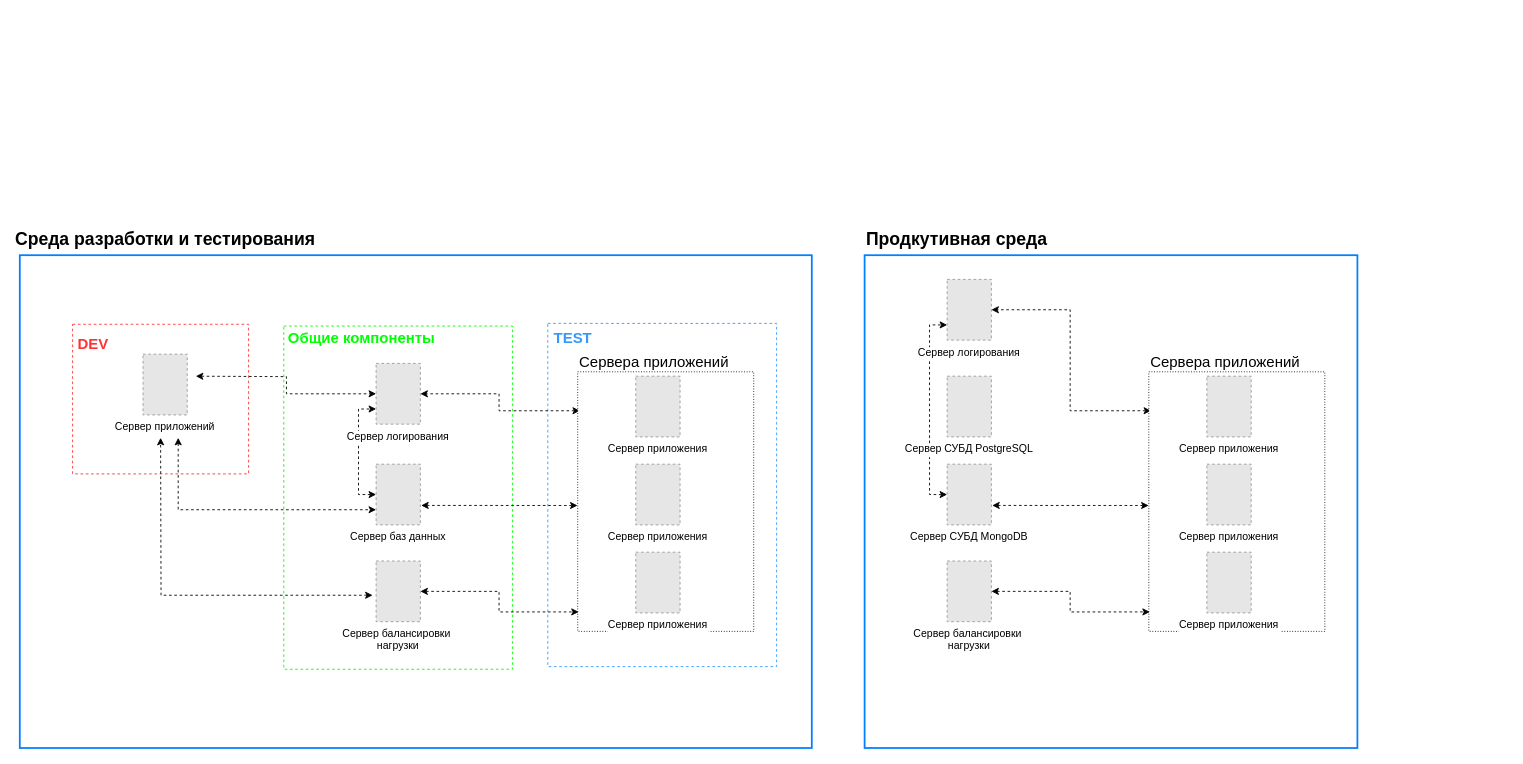
SamRozhkov/DocTrix keeps this draw.io diagram as page "Копия Среда разработки/среда тестирования" (2 of 3) of Диаграмма без названия.drawio. Above is the earlier version. Source tidied: cells renumbered, new cells numbered last; positions are measured from the earlier drawing's top-left corner, leaving out a move shared by most shapes. Both pictures are drawn from the tidied source at 88%, with x=0, y=0 at pixel (19, 219). Pictures stored in the file or linked from it are replaced by grey dashed boxes.
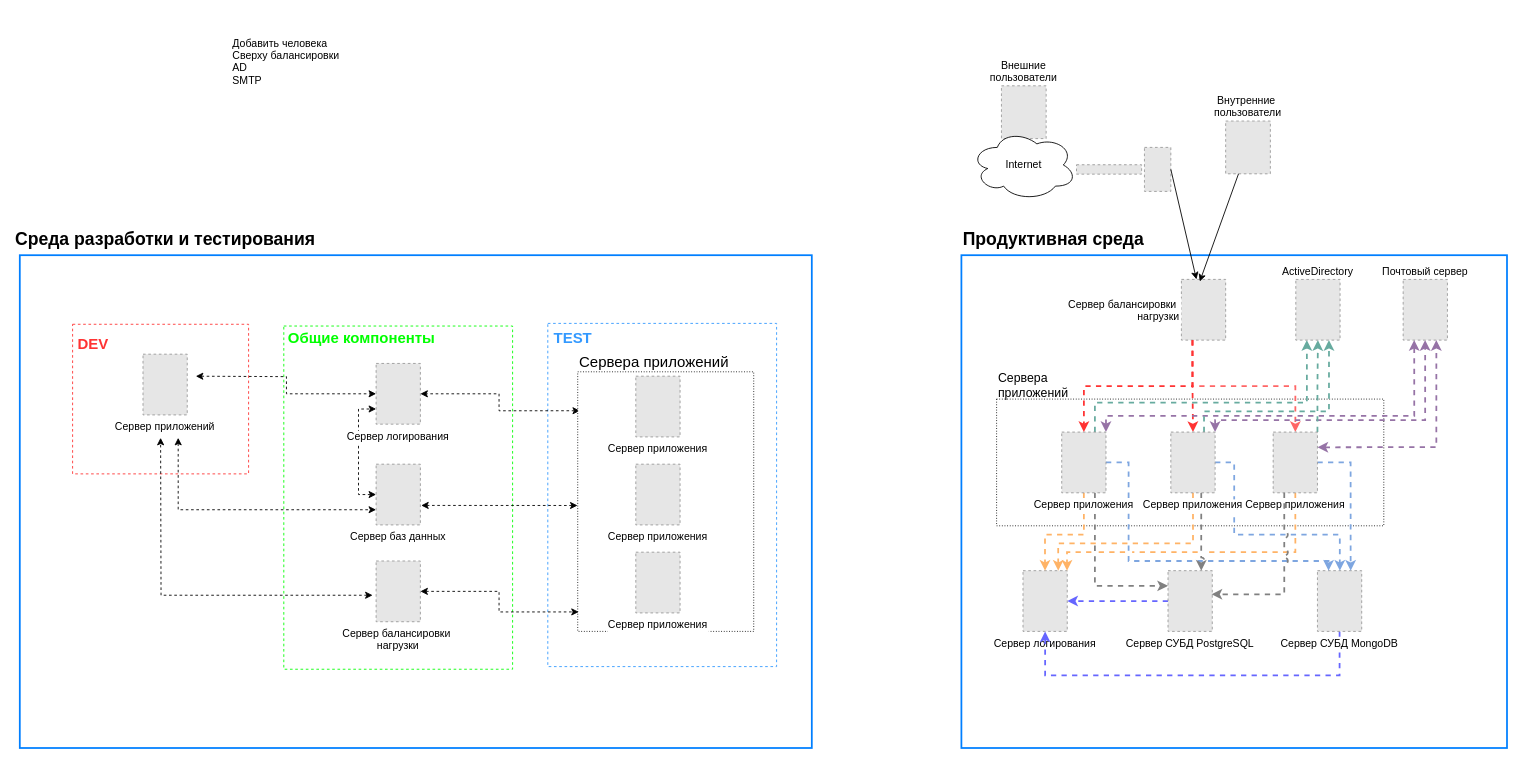
The same diagram, later.

Change to the diagram source:
```diff
@@
     <mxCell id="26" style="whiteSpace=wrap;html=1;strokeWidth=2;strokeColor=#007FFF;" parent="1" vertex="1">
-      <mxGeometry x="960" y="40.5" width="560" height="560" as="geometry" />
+      <mxGeometry x="1070" y="40.5" width="620" height="560" as="geometry" />
     </mxCell>
-    <mxCell id="27" value="Продкутивная среда" style="text;strokeColor=none;fillColor=none;html=1;fontSize=20;fontStyle=1;verticalAlign=middle;align=left;" parent="1" vertex="1">
-      <mxGeometry x="960" y="0.5" width="100" height="40" as="geometry" />
+    <mxCell id="27" value="Продуктивная среда" style="text;strokeColor=none;fillColor=none;html=1;fontSize=20;fontStyle=1;verticalAlign=middle;align=left;" parent="1" vertex="1">
+      <mxGeometry x="1070" y="0.5" width="100" height="40" as="geometry" />
     </mxCell>
-    <mxCell id="28" style="rounded=0;jettySize=auto;html=1;entryX=1;entryY=0.5;entryDx=0;entryDy=0;startArrow=classic;startFill=1;exitX=0.013;exitY=0.15;exitDx=0;exitDy=0;exitPerimeter=0;edgeStyle=orthogonalEdgeStyle;dashed=1;" parent="1" edge="1" source="30" target="34">
-      <mxGeometry relative="1" as="geometry" />
-    </mxCell>
-    <mxCell id="29" style="rounded=0;jettySize=auto;html=1;exitX=-0.001;exitY=0.515;exitDx=0;exitDy=0;entryX=1.018;entryY=0.679;entryDx=0;entryDy=0;startArrow=classic;startFill=1;exitPerimeter=0;entryPerimeter=0;dashed=1;" parent="1" edge="1" source="30" target="35">
-      <mxGeometry relative="1" as="geometry" />
-    </mxCell>
     <mxCell id="30" style="whiteSpace=wrap;html=1;dashed=1;strokeColor=default;dashPattern=1 2;" parent="1" vertex="1">
-      <mxGeometry x="1283" y="173" width="200" height="295" as="geometry" />
+      <mxGeometry x="1110" y="204" width="440" height="144" as="geometry" />
     </mxCell>
-    <mxCell id="31" value="Сервера приложений" style="text;html=1;align=left;verticalAlign=middle;whiteSpace=wrap;rounded=0;fontSize=17;" parent="1" vertex="1">
-      <mxGeometry x="1283" y="148" width="230" height="30" as="geometry" />
+    <mxCell id="31" value="Сервера&amp;nbsp;&lt;div style=&quot;font-size: 14px;&quot;&gt;приложений&lt;/div&gt;" style="text;html=1;align=left;verticalAlign=middle;whiteSpace=wrap;rounded=0;fontSize=14;" parent="1" vertex="1">
+      <mxGeometry x="1110" y="174.8" width="90" height="25.5" as="geometry" />
     </mxCell>
+    <mxCell id="34" value="Сервер логирования" style="fillColor=#E6E6E6;strokeColor=#999999;dashed=1;verticalLabelPosition=bottom;labelBackgroundColor=default;verticalAlign=top;" parent="1" vertex="1">
+      <mxGeometry x="1140" y="399" width="50.3" height="69" as="geometry" />
+    </mxCell>
-    <mxCell id="32" style="edgeStyle=orthogonalEdgeStyle;rounded=0;jettySize=auto;html=1;exitX=0;exitY=0.5;exitDx=0;exitDy=0;entryX=0;entryY=0.75;entryDx=0;entryDy=0;startArrow=classic;startFill=1;dashed=1;" parent="1" edge="1" source="35" target="34">
-      <mxGeometry relative="1" as="geometry" />
+    <mxCell id="32" style="edgeStyle=elbowEdgeStyle;rounded=0;jettySize=auto;html=1;exitX=0.5;exitY=1;exitDx=0;exitDy=0;dashed=1;strokeColor=#6666FF;strokeWidth=2;" parent="1" edge="1" source="35" target="34">
+      <mxGeometry relative="1" as="geometry">
+        <Array as="points">
+          <mxPoint x="1310" y="518" />
+        </Array>
+      </mxGeometry>
     </mxCell>
+    <mxCell id="35" value="Сервер СУБД MongoDB" style="fillColor=#E6E6E6;strokeColor=#999999;dashed=1;verticalLabelPosition=bottom;labelBackgroundColor=default;verticalAlign=top;" parent="1" vertex="1">
+      <mxGeometry x="1474.6" y="399" width="50.3" height="69" as="geometry" />
+    </mxCell>
+    <mxCell id="41" style="edgeStyle=orthogonalEdgeStyle;rounded=0;jettySize=auto;html=1;exitX=0.25;exitY=1;exitDx=0;exitDy=0;dashed=1;strokeColor=#FF3333;strokeWidth=2;" parent="1" edge="1" source="36" target="38">
+      <mxGeometry relative="1" as="geometry" />
+    </mxCell>
+    <mxCell id="42" style="edgeStyle=orthogonalEdgeStyle;rounded=0;jettySize=auto;html=1;exitX=0.25;exitY=1;exitDx=0;exitDy=0;dashed=1;strokeColor=#FF6666;strokeWidth=2;" parent="1" edge="1" source="36" target="39">
+      <mxGeometry relative="1" as="geometry" />
+    </mxCell>
+    <mxCell id="36" value="Сервер балансировки &#10;нагрузки" style="fillColor=#E6E6E6;strokeColor=#999999;dashed=1;verticalLabelPosition=middle;labelBackgroundColor=default;verticalAlign=middle;labelPosition=left;align=right;" parent="1" vertex="1">
+      <mxGeometry x="1320" y="68" width="50.3" height="69" as="geometry" />
+    </mxCell>
+    <mxCell id="43" style="edgeStyle=orthogonalEdgeStyle;rounded=0;jettySize=auto;html=1;exitX=0.5;exitY=1;exitDx=0;exitDy=0;dashed=1;strokeColor=#FFB366;strokeWidth=2;" parent="1" edge="1" source="37" target="34">
+      <mxGeometry relative="1" as="geometry">
+        <Array as="points">
+          <mxPoint x="1209" y="358" />
+          <mxPoint x="1165" y="358" />
+        </Array>
+      </mxGeometry>
+    </mxCell>
+    <mxCell id="44" style="edgeStyle=orthogonalEdgeStyle;rounded=0;jettySize=auto;html=1;exitX=0.75;exitY=1;exitDx=0;exitDy=0;entryX=0;entryY=0.25;entryDx=0;entryDy=0;dashed=1;jumpStyle=arc;strokeColor=#808080;strokeWidth=2;" parent="1" edge="1" source="37" target="40">
+      <mxGeometry relative="1" as="geometry" />
+    </mxCell>
+    <mxCell id="45" style="edgeStyle=orthogonalEdgeStyle;rounded=0;jettySize=auto;html=1;exitX=1;exitY=0.5;exitDx=0;exitDy=0;entryX=0.25;entryY=0;entryDx=0;entryDy=0;dashed=1;strokeColor=#7EA6E0;strokeWidth=2;" parent="1" edge="1" source="37" target="35">
+      <mxGeometry relative="1" as="geometry">
+        <Array as="points">
+          <mxPoint x="1260" y="276" />
+          <mxPoint x="1260" y="388" />
+          <mxPoint x="1487" y="388" />
+        </Array>
+      </mxGeometry>
+    </mxCell>
+    <mxCell id="46" style="edgeStyle=orthogonalEdgeStyle;rounded=0;jettySize=auto;html=1;exitX=0.75;exitY=0;exitDx=0;exitDy=0;entryX=0.25;entryY=1;entryDx=0;entryDy=0;dashed=1;strokeColor=#67AB9F;strokeWidth=2;" parent="1" edge="1" source="37" target="67">
+      <mxGeometry relative="1" as="geometry">
+        <Array as="points">
+          <mxPoint x="1222" y="208" />
+          <mxPoint x="1463" y="208" />
+        </Array>
+      </mxGeometry>
+    </mxCell>
+    <mxCell id="47" style="edgeStyle=orthogonalEdgeStyle;rounded=0;jettySize=auto;html=1;exitX=1;exitY=0;exitDx=0;exitDy=0;entryX=0.25;entryY=1;entryDx=0;entryDy=0;fillColor=#e1d5e7;strokeColor=#9673a6;dashed=1;strokeWidth=2;startArrow=classic;startFill=1;" parent="1" edge="1" source="37" target="68">
+      <mxGeometry relative="1" as="geometry">
+        <Array as="points">
+          <mxPoint x="1234" y="223" />
+          <mxPoint x="1585" y="223" />
+          <mxPoint x="1585" y="137" />
+        </Array>
+      </mxGeometry>
+    </mxCell>
+    <mxCell id="37" value="Сервер приложения" style="fillColor=#E6E6E6;strokeColor=#999999;dashed=1;verticalLabelPosition=bottom;labelBackgroundColor=default;verticalAlign=top;" parent="1" vertex="1">
+      <mxGeometry x="1184" y="241.5" width="50.3" height="69" as="geometry" />
+    </mxCell>
+    <mxCell id="48" style="edgeStyle=orthogonalEdgeStyle;rounded=0;jettySize=auto;html=1;exitX=0.5;exitY=1;exitDx=0;exitDy=0;dashed=1;strokeColor=#FFB366;strokeWidth=2;" parent="1" edge="1" source="38" target="34">
+      <mxGeometry relative="1" as="geometry">
+        <Array as="points">
+          <mxPoint x="1333" y="368" />
+          <mxPoint x="1180" y="368" />
+        </Array>
+      </mxGeometry>
+    </mxCell>
+    <mxCell id="49" value="&lt;div&gt;&lt;br&gt;&lt;/div&gt;&lt;div&gt;&lt;br&gt;&lt;/div&gt;" style="edgeStyle=orthogonalEdgeStyle;rounded=0;jettySize=auto;html=1;exitX=0.687;exitY=0.999;exitDx=0;exitDy=0;entryX=0.75;entryY=0;entryDx=0;entryDy=0;dashed=1;flowAnimation=0;jumpStyle=arc;exitPerimeter=0;strokeColor=#808080;strokeWidth=2;" parent="1" edge="1" source="38" target="40">
+      <mxGeometry relative="1" as="geometry" />
+    </mxCell>
+    <mxCell id="50" style="edgeStyle=orthogonalEdgeStyle;rounded=0;jettySize=auto;html=1;exitX=1;exitY=0.5;exitDx=0;exitDy=0;strokeColor=#7EA6E0;dashed=1;strokeWidth=2;" parent="1" edge="1" source="38" target="35">
+      <mxGeometry relative="1" as="geometry">
+        <Array as="points">
+          <mxPoint x="1380" y="276" />
+          <mxPoint x="1380" y="358" />
+          <mxPoint x="1500" y="358" />
+        </Array>
+      </mxGeometry>
+    </mxCell>
+    <mxCell id="51" style="edgeStyle=orthogonalEdgeStyle;rounded=0;jettySize=auto;html=1;exitX=0.75;exitY=0;exitDx=0;exitDy=0;entryX=0.75;entryY=1;entryDx=0;entryDy=0;strokeColor=#67AB9F;dashed=1;strokeWidth=2;" parent="1" edge="1" source="38" target="67">
+      <mxGeometry relative="1" as="geometry">
+        <Array as="points">
+          <mxPoint x="1346" y="218" />
+          <mxPoint x="1488" y="218" />
+        </Array>
+      </mxGeometry>
+    </mxCell>
+    <mxCell id="52" style="edgeStyle=orthogonalEdgeStyle;rounded=0;jettySize=auto;html=1;exitX=1;exitY=0;exitDx=0;exitDy=0;fillColor=#e1d5e7;strokeColor=#9673a6;dashed=1;strokeWidth=2;startArrow=classic;startFill=1;" parent="1" edge="1" source="38" target="68">
+      <mxGeometry relative="1" as="geometry">
+        <Array as="points">
+          <mxPoint x="1358" y="228" />
+          <mxPoint x="1597" y="228" />
+        </Array>
+      </mxGeometry>
+    </mxCell>
+    <mxCell id="38" value="Сервер приложения" style="fillColor=#E6E6E6;strokeColor=#999999;dashed=1;verticalLabelPosition=bottom;labelBackgroundColor=default;verticalAlign=top;" parent="1" vertex="1">
+      <mxGeometry x="1308" y="241.5" width="50.3" height="69" as="geometry" />
+    </mxCell>
+    <mxCell id="53" style="edgeStyle=orthogonalEdgeStyle;rounded=0;jettySize=auto;html=1;exitX=0.5;exitY=1;exitDx=0;exitDy=0;dashed=1;jumpStyle=gap;strokeColor=#FFB366;strokeWidth=2;" parent="1" edge="1" source="39">
+      <mxGeometry relative="1" as="geometry">
+        <mxPoint x="1190" y="399" as="targetPoint" />
+        <Array as="points">
+          <mxPoint x="1449" y="378" />
+          <mxPoint x="1190" y="378" />
+          <mxPoint x="1190" y="399" />
+        </Array>
+      </mxGeometry>
+    </mxCell>
+    <mxCell id="54" style="edgeStyle=orthogonalEdgeStyle;rounded=0;jettySize=auto;html=1;exitX=1;exitY=0.5;exitDx=0;exitDy=0;entryX=0.75;entryY=0;entryDx=0;entryDy=0;dashed=1;strokeColor=#7EA6E0;strokeWidth=2;" parent="1" edge="1" source="39" target="35">
+      <mxGeometry relative="1" as="geometry" />
+    </mxCell>
+    <mxCell id="55" style="edgeStyle=orthogonalEdgeStyle;rounded=0;jettySize=auto;html=1;exitX=1;exitY=0;exitDx=0;exitDy=0;entryX=0.5;entryY=1;entryDx=0;entryDy=0;dashed=1;strokeColor=#67AB9F;strokeWidth=2;" parent="1" edge="1" source="39" target="67">
+      <mxGeometry relative="1" as="geometry" />
+    </mxCell>
+    <mxCell id="56" style="edgeStyle=orthogonalEdgeStyle;rounded=0;jettySize=auto;html=1;exitX=1;exitY=0.25;exitDx=0;exitDy=0;entryX=0.75;entryY=1;entryDx=0;entryDy=0;fillColor=#e1d5e7;strokeColor=#9673a6;dashed=1;strokeWidth=2;startArrow=classic;startFill=1;" parent="1" edge="1" source="39" target="68">
+      <mxGeometry relative="1" as="geometry" />
+    </mxCell>
+    <mxCell id="39" value="Сервер приложения" style="fillColor=#E6E6E6;strokeColor=#999999;dashed=1;verticalLabelPosition=bottom;labelBackgroundColor=default;verticalAlign=top;" parent="1" vertex="1">
+      <mxGeometry x="1424.3" y="241.5" width="50.3" height="69" as="geometry" />
+    </mxCell>
+    <mxCell id="57" style="edgeStyle=orthogonalEdgeStyle;rounded=0;jettySize=auto;html=1;exitX=0;exitY=0.5;exitDx=0;exitDy=0;entryX=1;entryY=0.5;entryDx=0;entryDy=0;dashed=1;strokeColor=#6666FF;strokeWidth=2;" parent="1" edge="1" source="40" target="34">
+      <mxGeometry relative="1" as="geometry" />
+    </mxCell>
+    <mxCell id="40" value="Сервер СУБД PostgreSQL" style="fillColor=#E6E6E6;strokeColor=#999999;dashed=1;verticalLabelPosition=bottom;labelBackgroundColor=default;verticalAlign=top;" parent="1" vertex="1">
+      <mxGeometry x="1304.8" y="399" width="50.3" height="69" as="geometry" />
+    </mxCell>
+    <mxCell id="58" value="Добавить человека&amp;nbsp;&lt;div&gt;Сверху балансировки&lt;/div&gt;&lt;div&gt;AD&lt;/div&gt;&lt;div&gt;SMTP&lt;/div&gt;&lt;div&gt;&lt;br&gt;&lt;/div&gt;" style="text;html=1;align=left;verticalAlign=middle;whiteSpace=wrap;rounded=0;" parent="1" vertex="1">
+      <mxGeometry x="240" y="-232" width="240" height="120" as="geometry" />
+    </mxCell>
-    <mxCell id="33" style="edgeStyle=orthogonalEdgeStyle;rounded=0;jettySize=auto;html=1;entryX=0.006;entryY=0.925;entryDx=0;entryDy=0;startArrow=classic;startFill=1;entryPerimeter=0;dashed=1;" parent="1" edge="1" source="36" target="30">
+    <mxCell id="33" style="edgeStyle=orthogonalEdgeStyle;rounded=0;jettySize=auto;html=1;startArrow=none;startFill=0;dashed=1;endArrow=classic;endFill=1;exitX=0.25;exitY=1;exitDx=0;exitDy=0;strokeColor=#FF3333;strokeWidth=2;" parent="1" edge="1" source="36" target="37">
       <mxGeometry relative="1" as="geometry" />
     </mxCell>
-    <mxCell id="34" value="Сервер логирования" style="fillColor=#E6E6E6;strokeColor=#999999;dashed=1;verticalLabelPosition=bottom;labelBackgroundColor=default;verticalAlign=top;" parent="1" vertex="1">
-      <mxGeometry x="1053.8" y="68" width="50.3" height="69" as="geometry" />
-    </mxCell>
-    <mxCell id="35" value="Сервер СУБД MongoDB" style="fillColor=#E6E6E6;strokeColor=#999999;dashed=1;verticalLabelPosition=bottom;labelBackgroundColor=default;verticalAlign=top;" parent="1" vertex="1">
-      <mxGeometry x="1053.8" y="278" width="50.3" height="69" as="geometry" />
-    </mxCell>
-    <mxCell id="36" value="Сервер балансировки &#10;нагрузки" style="fillColor=#E6E6E6;strokeColor=#999999;dashed=1;verticalLabelPosition=bottom;labelBackgroundColor=default;verticalAlign=top;" parent="1" vertex="1">
-      <mxGeometry x="1053.8" y="388" width="50.3" height="69" as="geometry" />
-    </mxCell>
-    <mxCell id="37" value="Сервер приложения" style="fillColor=#E6E6E6;strokeColor=#999999;dashed=1;verticalLabelPosition=bottom;labelBackgroundColor=default;verticalAlign=top;" parent="1" vertex="1">
-      <mxGeometry x="1349" y="178" width="50.3" height="69" as="geometry" />
-    </mxCell>
-    <mxCell id="38" value="Сервер приложения" style="fillColor=#E6E6E6;strokeColor=#999999;dashed=1;verticalLabelPosition=bottom;labelBackgroundColor=default;verticalAlign=top;" parent="1" vertex="1">
-      <mxGeometry x="1349" y="278" width="50.3" height="69" as="geometry" />
-    </mxCell>
-    <mxCell id="39" value="Сервер приложения" style="fillColor=#E6E6E6;strokeColor=#999999;dashed=1;verticalLabelPosition=bottom;labelBackgroundColor=default;verticalAlign=top;" parent="1" vertex="1">
-      <mxGeometry x="1349" y="378" width="50.3" height="69" as="geometry" />
-    </mxCell>
-    <mxCell id="40" value="Сервер СУБД PostgreSQL" style="fillColor=#E6E6E6;strokeColor=#999999;dashed=1;verticalLabelPosition=bottom;labelBackgroundColor=default;verticalAlign=top;" parent="1" vertex="1">
-      <mxGeometry x="1053.8" y="178" width="50.3" height="69" as="geometry" />
-    </mxCell>
+    <mxCell id="59" style="edgeStyle=orthogonalEdgeStyle;rounded=0;jettySize=auto;html=1;exitX=0.25;exitY=1;exitDx=0;exitDy=0;entryX=0.983;entryY=0.389;entryDx=0;entryDy=0;entryPerimeter=0;dashed=1;jumpStyle=arc;strokeColor=#808080;strokeWidth=2;" parent="1" edge="1" source="39" target="40">
+      <mxGeometry relative="1" as="geometry" />
+    </mxCell>
+    <mxCell id="60" value="Внутренние &#10;пользователи" style="fillColor=#E6E6E6;strokeColor=#999999;dashed=1;verticalLabelPosition=top;labelBackgroundColor=default;verticalAlign=bottom;labelPosition=center;align=center;" parent="1" vertex="1">
+      <mxGeometry x="1370.3" y="-112" width="50.8" height="60" as="geometry" />
+    </mxCell>
+    <mxCell id="61" style="rounded=0;jettySize=auto;html=1;entryX=0.415;entryY=0.035;entryDx=0;entryDy=0;entryPerimeter=0;" parent="1" edge="1" source="60" target="36">
+      <mxGeometry relative="1" as="geometry" />
+    </mxCell>
+    <mxCell id="62" style="fillColor=#E6E6E6;strokeColor=#999999;dashed=1;verticalLabelPosition=bottom;labelBackgroundColor=default;verticalAlign=top;" parent="1" vertex="1">
+      <mxGeometry x="1278" y="-82" width="30" height="50" as="geometry" />
+    </mxCell>
+    <mxCell id="63" style="rounded=0;jettySize=auto;html=1;exitX=1;exitY=0.5;exitDx=0;exitDy=0;" parent="1" edge="1" source="62" target="36">
+      <mxGeometry relative="1" as="geometry" />
+    </mxCell>
+    <mxCell id="64" value="Внешние&#10;пользователи" style="fillColor=#E6E6E6;strokeColor=#999999;dashed=1;verticalLabelPosition=top;labelBackgroundColor=default;verticalAlign=bottom;labelPosition=center;align=center;" parent="1" vertex="1">
+      <mxGeometry x="1115.5" y="-152" width="50.8" height="60" as="geometry" />
+    </mxCell>
+    <mxCell id="65" value="Internet" style="ellipse;shape=cloud;whiteSpace=wrap;html=1;" parent="1" vertex="1">
+      <mxGeometry x="1080.8" y="-102" width="120" height="80" as="geometry" />
+    </mxCell>
+    <mxCell id="66" style="fillColor=#E6E6E6;strokeColor=#999999;dashed=1;verticalLabelPosition=bottom;labelBackgroundColor=default;verticalAlign=top;" parent="1" vertex="1">
+      <mxGeometry x="1200.8" y="-62.3" width="74" height="10.7" as="geometry" />
+    </mxCell>
+    <mxCell id="67" value="ActiveDirectory" style="fillColor=#E6E6E6;strokeColor=#999999;dashed=1;verticalLabelPosition=top;labelBackgroundColor=default;verticalAlign=bottom;labelPosition=center;align=center;" parent="1" vertex="1">
+      <mxGeometry x="1450" y="68" width="50.3" height="69" as="geometry" />
+    </mxCell>
+    <mxCell id="68" value="Почтовый сервер" style="fillColor=#E6E6E6;strokeColor=#999999;dashed=1;verticalLabelPosition=top;labelBackgroundColor=default;verticalAlign=bottom;labelPosition=center;align=center;" parent="1" vertex="1">
+      <mxGeometry x="1572" y="68" width="50.3" height="69" as="geometry" />
+    </mxCell>
```
